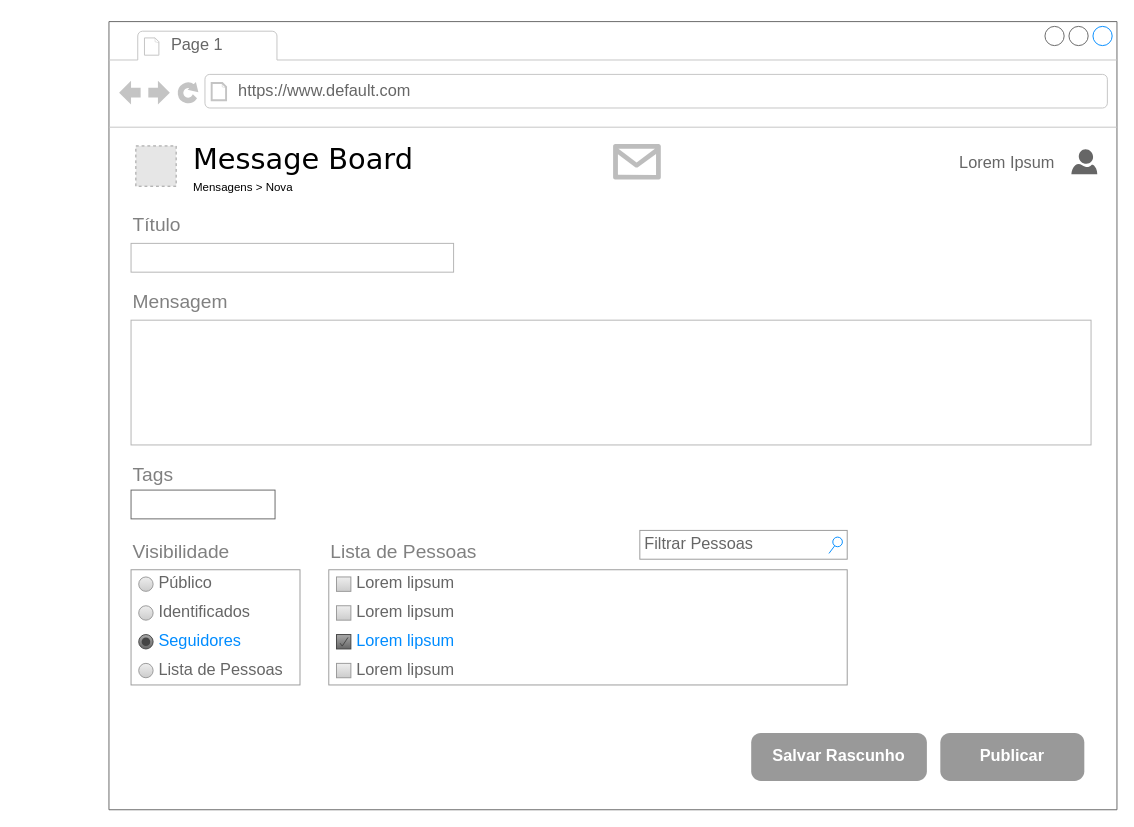
This is page "new-post" (5 of 6) of wireframe/messageboard.drawio from johnywalves/message-board-frontend, a draw.io file, before an edit. Source tidied: cells renumbered, new cells numbered last; positions are measured from the earlier drawing's top-left corner, leaving out a move shared by most shapes. Both pictures are drawn from the tidied source at 96%, with x=0, y=0 at pixel (108, 21). Pictures stored in the file or linked from it are replaced by grey dashed boxes.
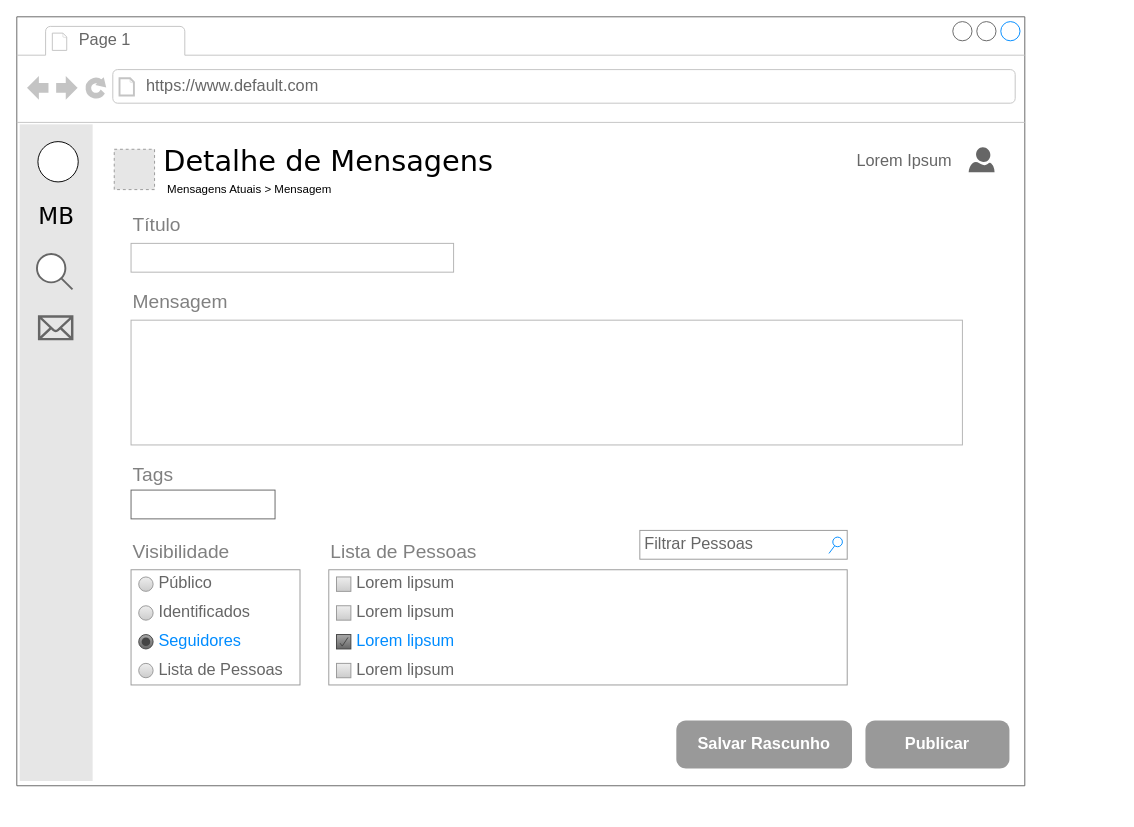
The same diagram, later.

The edit, as a diff of the source:
```diff
@@
     <mxCell id="2" style="strokeWidth=1;shadow=0;dashed=0;align=center;html=1;shape=mxgraph.mockup.containers.browserWindow;rSize=0;fillColor=#ffffff;strokeColor=#666666;mainText=,;rounded=0;labelBackgroundColor=none;fontFamily=Verdana;fontSize=12;fontColor=#000000;" parent="1" vertex="1">
-      <mxGeometry width="1050" height="821" as="geometry" />
+      <mxGeometry x="-96" y="-5" width="1050" height="801" as="geometry" />
     </mxCell>
     <mxCell id="3" value="Page 1" style="strokeWidth=1;shadow=0;dashed=0;align=center;html=1;shape=mxgraph.mockup.containers.anchor;fontSize=17;fontColor=#666666;align=left;" parent="1" vertex="1">
-      <mxGeometry x="63" y="12" width="110" height="26" as="geometry" />
+      <mxGeometry x="-33" y="7" width="110" height="26" as="geometry" />
     </mxCell>
     <mxCell id="4" value="https://www.default.com" style="strokeWidth=1;shadow=0;dashed=0;align=center;html=1;shape=mxgraph.mockup.containers.anchor;rSize=0;fontSize=17;fontColor=#666666;align=left;" parent="1" vertex="1">
-      <mxGeometry x="133" y="60" width="250" height="26" as="geometry" />
+      <mxGeometry x="37" y="55" width="250" height="26" as="geometry" />
     </mxCell>
     <mxCell id="5" style="rounded=0;whiteSpace=wrap;html=1;strokeColor=#B3B3B3;fontColor=#000000;align=center;" parent="1" vertex="1">
-      <mxGeometry x="23" y="311" width="1000" height="130" as="geometry" />
+      <mxGeometry x="23" y="311" width="866" height="130" as="geometry" />
     </mxCell>
@@
     <mxCell id="25" value="Publicar" style="strokeWidth=1;shadow=0;dashed=0;align=center;html=1;shape=mxgraph.mockup.buttons.button;strokeColor=none;fontColor=#ffffff;mainText=;buttonStyle=round;fontSize=17;fontStyle=1;fillColor=#999999;whiteSpace=wrap;" parent="1" vertex="1">
-      <mxGeometry x="866" y="741" width="150" height="50" as="geometry" />
+      <mxGeometry x="788" y="728" width="150" height="50" as="geometry" />
     </mxCell>
     <mxCell id="26" value="Salvar Rascunho" style="strokeWidth=1;shadow=0;dashed=0;align=center;html=1;shape=mxgraph.mockup.buttons.button;strokeColor=none;fontColor=#ffffff;mainText=;buttonStyle=round;fontSize=17;fontStyle=1;fillColor=#999999;whiteSpace=wrap;" parent="1" vertex="1">
-      <mxGeometry x="669" y="741" width="183" height="50" as="geometry" />
+      <mxGeometry x="591" y="728" width="183" height="50" as="geometry" />
     </mxCell>
-    <mxCell id="27" value="Message Board" style="text;html=1;align=left;verticalAlign=top;spacingTop=-4;fontSize=30;fontFamily=Verdana;fontColor=#000000;" parent="1" vertex="1">
-      <mxGeometry x="86" y="123" width="237" height="46" as="geometry" />
-    </mxCell>
-    <mxCell id="28" value="Mensagens &amp;gt; Nova" style="text;html=1;strokeColor=none;fillColor=none;align=left;verticalAlign=middle;whiteSpace=wrap;rounded=0;" parent="1" vertex="1">
-      <mxGeometry x="86" y="163" width="217" height="20" as="geometry" />
-    </mxCell>
+    <mxCell id="33" style="group;" parent="1" vertex="1">
+      <mxGeometry x="-93" y="107" width="140.5" height="684" as="geometry" />
+    </mxCell>
+    <mxCell id="34" style="fillColor=#E6E6E6;strokeColor=#999999;dashed=1;html=1;verticalAlign=top;verticalLabelPosition=bottom;labelBackgroundColor=none;align=right;fontColor=#999999;" parent="33" vertex="1">
+      <mxGeometry x="98.5" y="26" width="42" height="42" as="geometry" />
+    </mxCell>
+    <mxCell id="35" style="rounded=0;whiteSpace=wrap;html=1;fontSize=20;fontColor=#4D4D4D;strokeColor=none;fillColor=#E6E6E6;" parent="33" vertex="1">
+      <mxGeometry width="76" height="684" as="geometry" />
+    </mxCell>
+    <mxCell id="36" style="shape=mxgraph.signs.tech.mail;html=1;fillColor=#666666;strokeColor=none;verticalLabelPosition=bottom;verticalAlign=top;align=center;" parent="33" vertex="1">
+      <mxGeometry x="19" y="199" width="37" height="26" as="geometry" />
+    </mxCell>
+    <mxCell id="37" style="ellipse;whiteSpace=wrap;html=1;" parent="33" vertex="1">
+      <mxGeometry x="19" y="18" width="42" height="42" as="geometry" />
+    </mxCell>
+    <mxCell id="38" style="html=1;verticalLabelPosition=bottom;align=center;labelBackgroundColor=#ffffff;verticalAlign=top;strokeWidth=2;strokeColor=#666666;fillColor=#ffffff;shadow=0;dashed=0;shape=mxgraph.ios7.icons.looking_glass;" parent="33" vertex="1">
+      <mxGeometry x="18" y="135" width="37" height="37" as="geometry" />
+    </mxCell>
+    <mxCell id="39" value="MB" style="text;html=1;align=center;verticalAlign=top;spacingTop=-4;fontSize=24;fontFamily=Verdana;fontColor=#000000;" parent="33" vertex="1">
+      <mxGeometry x="15" y="79" width="46" height="46" as="geometry" />
+    </mxCell>
+    <mxCell id="40" value="Detalhe de Mensagens" style="text;html=1;align=left;verticalAlign=top;spacingTop=-4;fontSize=30;fontFamily=Verdana;fontColor=#000000;" parent="1" vertex="1">
+      <mxGeometry x="55" y="125" width="364" height="46" as="geometry" />
+    </mxCell>
+    <mxCell id="41" value="Mensagens Atuais &amp;gt; Mensagem&lt;br&gt;" style="text;html=1;strokeColor=none;fillColor=none;align=left;verticalAlign=middle;whiteSpace=wrap;rounded=0;" parent="1" vertex="1">
+      <mxGeometry x="59" y="165" width="217" height="20" as="geometry" />
+    </mxCell>
     <mxCell id="29" value="&lt;span style=&quot;font-size: 17px;&quot;&gt;Lorem Ipsum&amp;nbsp;&lt;/span&gt;" style="text;html=1;strokeColor=none;fillColor=none;align=right;verticalAlign=middle;whiteSpace=wrap;rounded=0;fontColor=#666666;fontSize=17;" parent="1" vertex="1">
-      <mxGeometry x="852" y="139" width="140" height="18" as="geometry" />
+      <mxGeometry x="745" y="137" width="140" height="18" as="geometry" />
     </mxCell>
-    <mxCell id="30" style="shadow=0;dashed=0;html=1;strokeColor=none;labelPosition=center;verticalLabelPosition=bottom;verticalAlign=top;align=center;shape=mxgraph.azure.user;fillColor=#666666;" parent="1" vertex="1">
-      <mxGeometry x="1002.5" y="133" width="27" height="26" as="geometry" />
-    </mxCell>
-    <mxCell id="31" style="fillColor=#E6E6E6;strokeColor=#999999;dashed=1;html=1;verticalAlign=top;verticalLabelPosition=bottom;labelBackgroundColor=none;align=right;fontColor=#999999;" parent="1" vertex="1">
-      <mxGeometry x="28" y="129.5" width="42" height="42" as="geometry" />
-    </mxCell>
-    <mxCell id="32" style="shadow=0;dashed=0;html=1;strokeColor=none;labelPosition=center;verticalLabelPosition=bottom;verticalAlign=top;align=center;shape=mxgraph.azure.message;fillColor=#7D7D7D;" parent="1" vertex="1">
-      <mxGeometry x="525" y="127.5" width="50" height="37" as="geometry" />
-    </mxCell>
+    <mxCell id="42" style="shadow=0;dashed=0;html=1;strokeColor=none;labelPosition=center;verticalLabelPosition=bottom;verticalAlign=top;align=center;shape=mxgraph.azure.user;fillColor=#666666;" parent="1" vertex="1">
+      <mxGeometry x="895.5" y="131" width="27" height="26" as="geometry" />
+    </mxCell>
```
